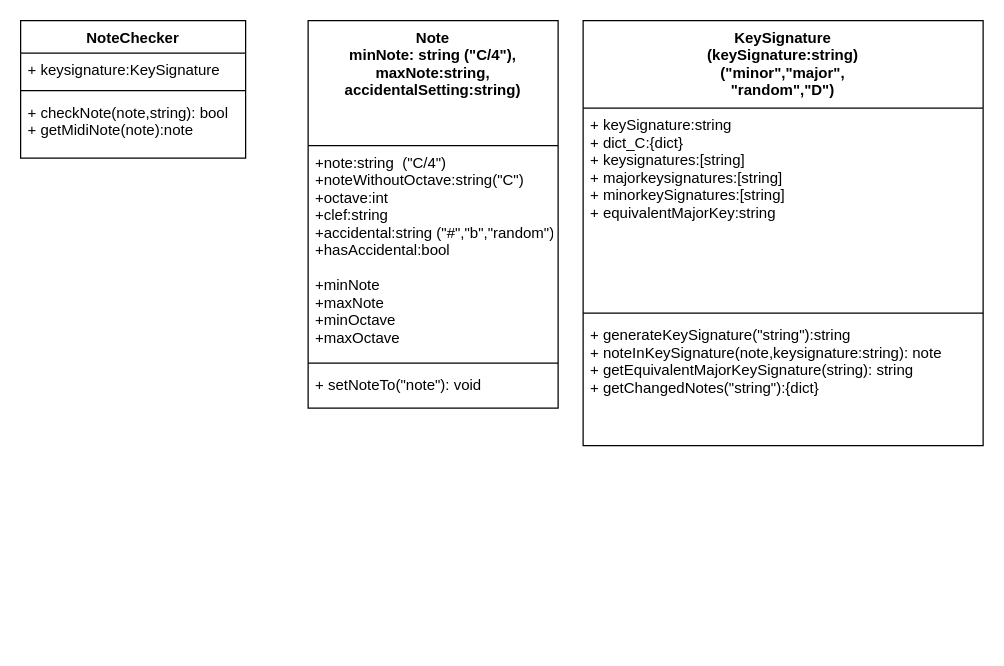
Earlier version of the draw.io diagram page "MainProgram" (1 of 2) of classdiagram.drawio (Nilsteichert/nilsteichert.github.io). Source tidied: cells renumbered, new cells numbered last; positions are measured from the earlier drawing's top-left corner, leaving out a move shared by most shapes. Both pictures are drawn from the tidied source at 125%, with x=0, y=0 at pixel (20, 20).
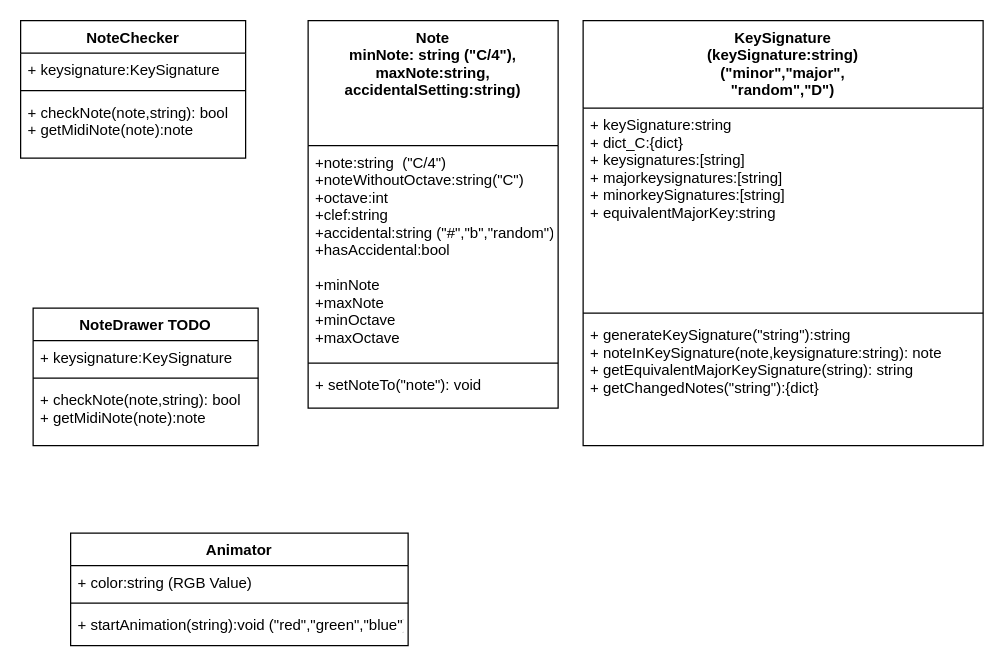
The same page after the edit.

The edit, as a diff of the source:
```diff
@@
+    <mxCell id="14" value="NoteDrawer TODO" style="swimlane;fontStyle=1;align=center;verticalAlign=top;horizontal=1;startSize=26;" parent="1" vertex="1">
+      <mxGeometry x="10" y="230" width="180" height="110" as="geometry" />
+    </mxCell>
+    <mxCell id="15" value="+ keysignature:KeySignature" style="text;strokeColor=none;fillColor=none;align=left;verticalAlign=top;spacingLeft=4;spacingRight=4;overflow=hidden;" parent="14" vertex="1">
+      <mxGeometry y="26" width="180" height="26" as="geometry" />
+    </mxCell>
+    <mxCell id="16" style="line;strokeWidth=1;fillColor=none;align=left;verticalAlign=middle;spacingTop=-1;spacingLeft=3;spacingRight=3;labelPosition=right;" parent="14" vertex="1">
+      <mxGeometry y="52" width="180" height="8" as="geometry" />
+    </mxCell>
+    <mxCell id="17" value="+ checkNote(note,string): bool&#10;+ getMidiNote(note):note" style="text;strokeColor=none;fillColor=none;align=left;verticalAlign=top;spacingLeft=4;spacingRight=4;overflow=hidden;" parent="14" vertex="1">
+      <mxGeometry y="60" width="180" height="50" as="geometry" />
+    </mxCell>
+    <mxCell id="18" value="Animator" style="swimlane;fontStyle=1;align=center;verticalAlign=top;horizontal=1;startSize=26;" parent="1" vertex="1">
+      <mxGeometry x="40" y="410" width="270" height="90" as="geometry" />
+    </mxCell>
+    <mxCell id="19" value="+ color:string (RGB Value) " style="text;strokeColor=none;fillColor=none;align=left;verticalAlign=top;spacingLeft=4;spacingRight=4;overflow=hidden;" parent="18" vertex="1">
+      <mxGeometry y="26" width="270" height="26" as="geometry" />
+    </mxCell>
+    <mxCell id="20" style="line;strokeWidth=1;fillColor=none;align=left;verticalAlign=middle;spacingTop=-1;spacingLeft=3;spacingRight=3;labelPosition=right;" parent="18" vertex="1">
+      <mxGeometry y="52" width="270" height="8" as="geometry" />
+    </mxCell>
+    <mxCell id="21" value="+ startAnimation(string):void (&quot;red&quot;,&quot;green&quot;,&quot;blue&quot;)&#10;" style="text;strokeColor=none;fillColor=none;align=left;verticalAlign=top;spacingLeft=4;spacingRight=4;overflow=hidden;" parent="18" vertex="1">
+      <mxGeometry y="60" width="270" height="30" as="geometry" />
+    </mxCell>
```
